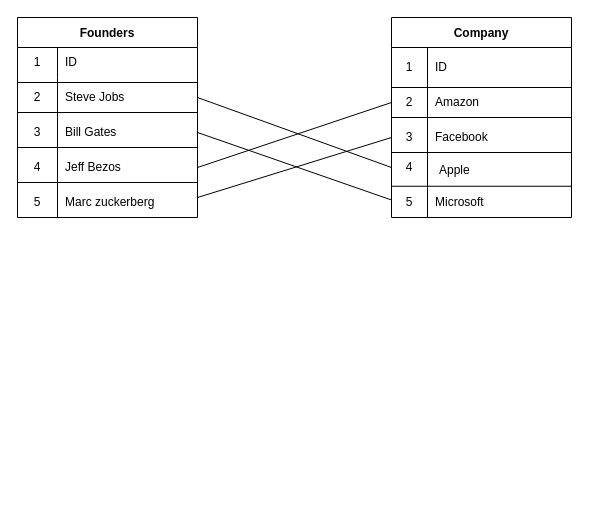
The draw.io diagram felipe/documentacion/db.drawio in project-ultra-2022/db.postgresql, before the edit. Source tidied: cells renumbered, new cells numbered last; positions are measured from the earlier drawing's top-left corner, leaving out a move shared by most shapes. Both pictures are drawn from the tidied source at 100%, with x=0, y=0 at pixel (17, 17).
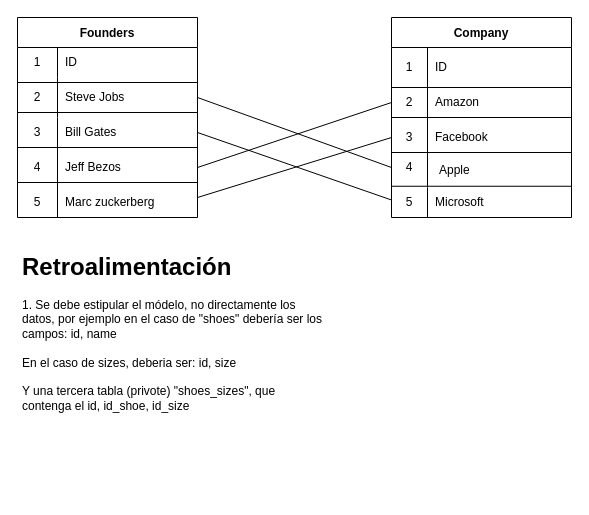
The same diagram, later.

Change to the diagram source:
```diff
@@
+    <mxCell id="44" value="&lt;h1&gt;Retroalimentación&lt;/h1&gt;&lt;div&gt;1. Se debe estipular el módelo, no directamente los datos, por ejemplo en el caso de &quot;shoes&quot; debería ser los campos: id, name&lt;/div&gt;&lt;div&gt;&lt;br&gt;&lt;/div&gt;&lt;div&gt;En el caso de sizes, deberia ser: id, size&lt;/div&gt;&lt;div&gt;&lt;br&gt;&lt;/div&gt;&lt;div&gt;Y una tercera tabla (privote) &quot;shoes_sizes&quot;, que contenga el id, id_shoe, id_size&lt;/div&gt;" style="text;html=1;strokeColor=none;fillColor=none;spacing=5;spacingTop=-20;whiteSpace=wrap;overflow=hidden;rounded=0;" parent="1" vertex="1">
+      <mxGeometry y="230" width="310" height="250" as="geometry" />
+    </mxCell>
```
